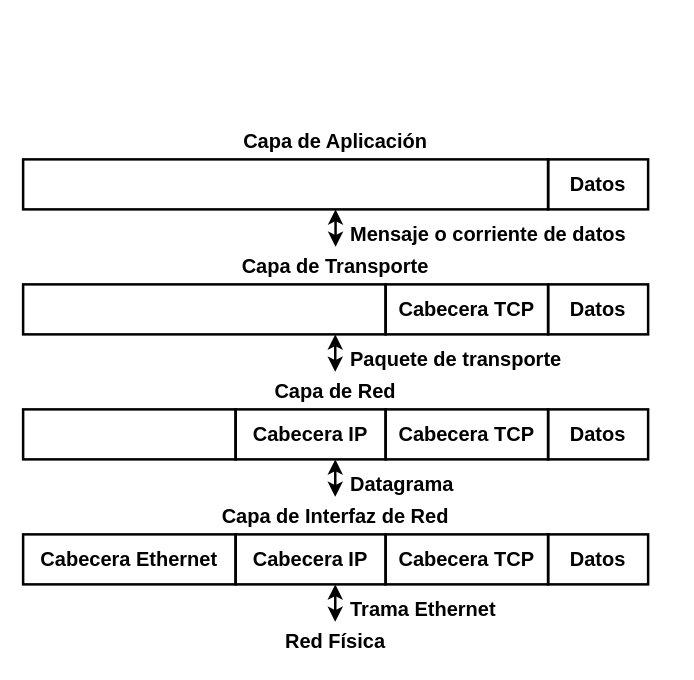
BrianAranda/wiki_redes2 keeps this draw.io diagram as content/_attachments/01 - Introduccion a Redes II/capas_recepcion.drawio. Above is the earlier version. Source tidied: cells renumbered, new cells numbered last; positions are measured from the earlier drawing's top-left corner, leaving out a move shared by most shapes. Both pictures are drawn from the tidied source at 125%, with x=0, y=0 at pixel (22, 121).
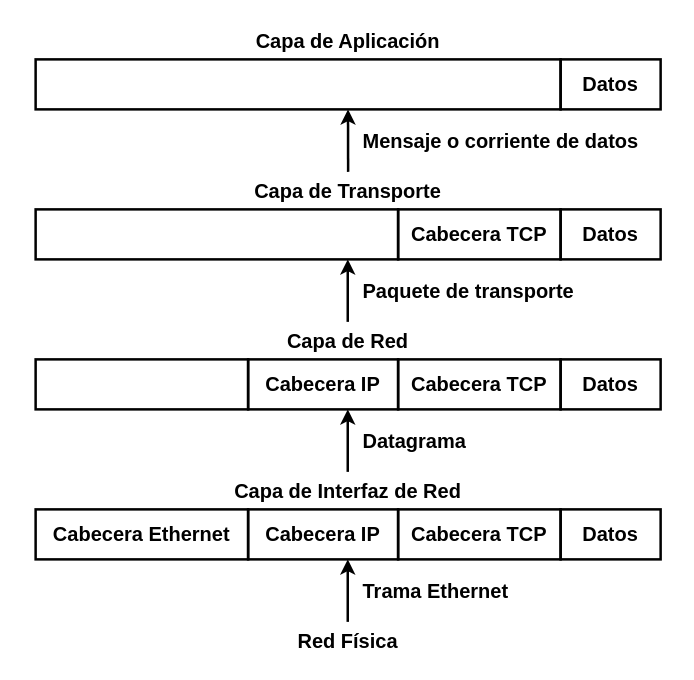
The same diagram, later.

Change to the diagram source:
```diff
@@
     <mxCell id="2" value="Cabecera Ethernet" style="rounded=0;whiteSpace=wrap;html=1;strokeWidth=2;fontSize=16;fontStyle=1;fillColor=none;" parent="1" vertex="1">
-      <mxGeometry y="330" width="170" height="40" as="geometry" />
+      <mxGeometry x="10" y="310" width="170" height="40" as="geometry" />
     </mxCell>
-    <mxCell id="3" value="Cabecera IP" style="rounded=0;whiteSpace=wrap;html=1;strokeWidth=2;fontSize=16;fontStyle=1;fillColor=none;" parent="1" vertex="1">
-      <mxGeometry x="170" y="330" width="120" height="40" as="geometry" />
-    </mxCell>
-    <mxCell id="4" value="Cabecera TCP" style="rounded=0;whiteSpace=wrap;html=1;strokeWidth=2;fontSize=16;fontStyle=1;fillColor=none;" parent="1" vertex="1">
-      <mxGeometry x="290" y="330" width="130" height="40" as="geometry" />
-    </mxCell>
-    <mxCell id="5" value="Datos" style="rounded=0;whiteSpace=wrap;html=1;strokeWidth=2;fontSize=16;fontStyle=1;fillColor=none;" parent="1" vertex="1">
-      <mxGeometry x="420" y="330" width="80" height="40" as="geometry" />
-    </mxCell>
-    <mxCell id="6" value="Cabecera IP" style="rounded=0;whiteSpace=wrap;html=1;strokeWidth=2;fontSize=16;fontStyle=1;fillColor=none;" parent="1" vertex="1">
-      <mxGeometry x="170" y="230" width="120" height="40" as="geometry" />
-    </mxCell>
-    <mxCell id="7" value="Cabecera TCP" style="rounded=0;whiteSpace=wrap;html=1;strokeWidth=2;fontSize=16;fontStyle=1;fillColor=none;" parent="1" vertex="1">
-      <mxGeometry x="290" y="230" width="130" height="40" as="geometry" />
-    </mxCell>
-    <mxCell id="8" value="Datos" style="rounded=0;whiteSpace=wrap;html=1;strokeWidth=2;fontSize=16;fontStyle=1;fillColor=none;" parent="1" vertex="1">
-      <mxGeometry x="420" y="230" width="80" height="40" as="geometry" />
-    </mxCell>
-    <mxCell id="9" value="Cabecera TCP" style="rounded=0;whiteSpace=wrap;html=1;strokeWidth=2;fontSize=16;fontStyle=1;fillColor=none;" parent="1" vertex="1">
-      <mxGeometry x="290" y="130" width="130" height="40" as="geometry" />
-    </mxCell>
-    <mxCell id="10" value="Datos" style="rounded=0;whiteSpace=wrap;html=1;strokeWidth=2;fontSize=16;fontStyle=1;fillColor=none;" parent="1" vertex="1">
-      <mxGeometry x="420" y="130" width="80" height="40" as="geometry" />
-    </mxCell>
+    <mxCell id="28" value="Cabecera IP" style="rounded=0;whiteSpace=wrap;html=1;strokeWidth=2;fontSize=16;fontStyle=1;fillColor=none;" parent="1" vertex="1">
+      <mxGeometry x="180" y="310" width="120" height="40" as="geometry" />
+    </mxCell>
+    <mxCell id="29" value="Cabecera TCP" style="rounded=0;whiteSpace=wrap;html=1;strokeWidth=2;fontSize=16;fontStyle=1;fillColor=none;" parent="1" vertex="1">
+      <mxGeometry x="300" y="310" width="130" height="40" as="geometry" />
+    </mxCell>
+    <mxCell id="30" value="Datos" style="rounded=0;whiteSpace=wrap;html=1;strokeWidth=2;fontSize=16;fontStyle=1;fillColor=none;" parent="1" vertex="1">
+      <mxGeometry x="430" y="310" width="80" height="40" as="geometry" />
+    </mxCell>
+    <mxCell id="31" value="Cabecera IP" style="rounded=0;whiteSpace=wrap;html=1;strokeWidth=2;fontSize=16;fontStyle=1;fillColor=none;" parent="1" vertex="1">
+      <mxGeometry x="180" y="190" width="120" height="40" as="geometry" />
+    </mxCell>
+    <mxCell id="32" value="Cabecera TCP" style="rounded=0;whiteSpace=wrap;html=1;strokeWidth=2;fontSize=16;fontStyle=1;fillColor=none;" parent="1" vertex="1">
+      <mxGeometry x="300" y="190" width="130" height="40" as="geometry" />
+    </mxCell>
+    <mxCell id="33" value="Datos" style="rounded=0;whiteSpace=wrap;html=1;strokeWidth=2;fontSize=16;fontStyle=1;fillColor=none;" parent="1" vertex="1">
+      <mxGeometry x="430" y="190" width="80" height="40" as="geometry" />
+    </mxCell>
+    <mxCell id="34" value="Cabecera TCP" style="rounded=0;whiteSpace=wrap;html=1;strokeWidth=2;fontSize=16;fontStyle=1;fillColor=none;" parent="1" vertex="1">
+      <mxGeometry x="300" y="70" width="130" height="40" as="geometry" />
+    </mxCell>
+    <mxCell id="35" value="Datos" style="rounded=0;whiteSpace=wrap;html=1;strokeWidth=2;fontSize=16;fontStyle=1;fillColor=none;" parent="1" vertex="1">
+      <mxGeometry x="430" y="70" width="80" height="40" as="geometry" />
+    </mxCell>
     <mxCell id="11" value="Datos" style="rounded=0;whiteSpace=wrap;html=1;strokeWidth=2;fontSize=16;fontStyle=1;fillColor=none;fontFamily=Helvetica;" parent="1" vertex="1">
-      <mxGeometry x="420" y="30" width="80" height="40" as="geometry" />
+      <mxGeometry x="430" y="-50" width="80" height="40" as="geometry" />
     </mxCell>
-    <mxCell id="12" style="rounded=0;whiteSpace=wrap;html=1;strokeWidth=2;fontSize=16;fontStyle=1;fillColor=none;" parent="1" vertex="1">
-      <mxGeometry y="30" width="420" height="40" as="geometry" />
-    </mxCell>
-    <mxCell id="13" style="rounded=0;whiteSpace=wrap;html=1;strokeWidth=2;fontSize=16;fontStyle=1;fillColor=none;" parent="1" vertex="1">
-      <mxGeometry y="130" width="290" height="40" as="geometry" />
-    </mxCell>
-    <mxCell id="14" style="rounded=0;whiteSpace=wrap;html=1;strokeWidth=2;fontSize=16;fontStyle=1;fillColor=none;" parent="1" vertex="1">
-      <mxGeometry y="230" width="170" height="40" as="geometry" />
-    </mxCell>
+    <mxCell id="36" style="rounded=0;whiteSpace=wrap;html=1;strokeWidth=2;fontSize=16;fontStyle=1;fillColor=none;" parent="1" vertex="1">
+      <mxGeometry x="10" y="-50" width="420" height="40" as="geometry" />
+    </mxCell>
+    <mxCell id="37" style="rounded=0;whiteSpace=wrap;html=1;strokeWidth=2;fontSize=16;fontStyle=1;fillColor=none;" parent="1" vertex="1">
+      <mxGeometry x="10" y="70" width="290" height="40" as="geometry" />
+    </mxCell>
+    <mxCell id="38" style="rounded=0;whiteSpace=wrap;html=1;strokeWidth=2;fontSize=16;fontStyle=1;fillColor=none;" parent="1" vertex="1">
+      <mxGeometry x="10" y="190" width="170" height="40" as="geometry" />
+    </mxCell>
     <mxCell id="15" value="Capa de Aplicación" style="text;html=1;align=center;verticalAlign=middle;whiteSpace=wrap;rounded=0;fontSize=16;fontStyle=1;" parent="1" vertex="1">
-      <mxGeometry x="160" width="180" height="30" as="geometry" />
+      <mxGeometry x="170" y="-80" width="180" height="30" as="geometry" />
     </mxCell>
     <mxCell id="16" value="Capa de Transporte" style="text;html=1;align=center;verticalAlign=middle;whiteSpace=wrap;rounded=0;fontSize=16;fontStyle=1;" parent="1" vertex="1">
-      <mxGeometry x="160" y="100" width="180" height="30" as="geometry" />
+      <mxGeometry x="170" y="40" width="180" height="30" as="geometry" />
     </mxCell>
     <mxCell id="17" value="Capa de Red" style="text;html=1;align=center;verticalAlign=middle;whiteSpace=wrap;rounded=0;fontSize=16;fontStyle=1;" parent="1" vertex="1">
-      <mxGeometry x="160" y="200" width="180" height="30" as="geometry" />
+      <mxGeometry x="170" y="160" width="180" height="30" as="geometry" />
     </mxCell>
     <mxCell id="18" value="Capa de Interfaz de Red" style="text;html=1;align=center;verticalAlign=middle;whiteSpace=wrap;rounded=0;fontSize=16;fontStyle=1;" parent="1" vertex="1">
-      <mxGeometry x="145" y="300" width="210" height="30" as="geometry" />
+      <mxGeometry x="155" y="280" width="210" height="30" as="geometry" />
     </mxCell>
     <mxCell id="19" value="Red Física" style="text;html=1;align=center;verticalAlign=middle;whiteSpace=wrap;rounded=0;fontSize=16;fontStyle=1;" parent="1" vertex="1">
-      <mxGeometry x="160" y="400" width="180" height="30" as="geometry" />
+      <mxGeometry x="170" y="400" width="180" height="30" as="geometry" />
     </mxCell>
-    <mxCell id="20" style="endArrow=classic;html=1;rounded=0;entryX=0.595;entryY=1;entryDx=0;entryDy=0;strokeWidth=2;exitX=0.5;exitY=0;exitDx=0;exitDy=0;entryPerimeter=0;startArrow=classic;startFill=1;" parent="1" edge="1" source="16" target="12">
-      <mxGeometry relative="1" as="geometry" />
-    </mxCell>
-    <mxCell id="21" style="endArrow=classic;html=1;rounded=0;entryX=0.5;entryY=0;entryDx=0;entryDy=0;strokeWidth=2;exitX=0.595;exitY=1;exitDx=0;exitDy=0;exitPerimeter=0;startArrow=classic;startFill=1;" parent="1" edge="1">
-      <mxGeometry relative="1" as="geometry">
-        <mxPoint x="249.7" y="200" as="sourcePoint" />
-        <mxPoint x="249.7" y="170" as="targetPoint" />
-      </mxGeometry>
-    </mxCell>
-    <mxCell id="22" style="endArrow=classic;html=1;rounded=0;entryX=0.5;entryY=0;entryDx=0;entryDy=0;strokeWidth=2;exitX=0.595;exitY=1;exitDx=0;exitDy=0;exitPerimeter=0;startArrow=classic;startFill=1;" parent="1" edge="1">
-      <mxGeometry relative="1" as="geometry">
-        <mxPoint x="249.7" y="300" as="sourcePoint" />
-        <mxPoint x="249.7" y="270" as="targetPoint" />
-      </mxGeometry>
-    </mxCell>
-    <mxCell id="23" style="endArrow=classic;html=1;rounded=0;entryX=0.5;entryY=0;entryDx=0;entryDy=0;strokeWidth=2;exitX=0.595;exitY=1;exitDx=0;exitDy=0;exitPerimeter=0;startArrow=classic;startFill=1;" parent="1" edge="1">
-      <mxGeometry relative="1" as="geometry">
-        <mxPoint x="249.7" y="400" as="sourcePoint" />
-        <mxPoint x="249.7" y="370" as="targetPoint" />
-      </mxGeometry>
-    </mxCell>
+    <mxCell id="39" style="endArrow=classic;html=1;rounded=0;entryX=0.595;entryY=1;entryDx=0;entryDy=0;strokeWidth=2;entryPerimeter=0;startArrow=none;startFill=0;" parent="1" edge="1" target="36">
+      <mxGeometry relative="1" as="geometry">
+        <mxPoint x="260" y="40" as="sourcePoint" />
+      </mxGeometry>
+    </mxCell>
     <mxCell id="24" value="Mensaje o corriente de datos" style="text;html=1;align=left;verticalAlign=middle;whiteSpace=wrap;rounded=0;fontSize=16;fontStyle=1;" parent="1" vertex="1">
-      <mxGeometry x="260" y="70" width="250" height="40" as="geometry" />
+      <mxGeometry x="270" y="-10" width="250" height="50" as="geometry" />
     </mxCell>
     <mxCell id="25" value="Paquete de transporte" style="text;html=1;align=left;verticalAlign=middle;whiteSpace=wrap;rounded=0;fontSize=16;fontStyle=1;" parent="1" vertex="1">
-      <mxGeometry x="260" y="170" width="250" height="40" as="geometry" />
+      <mxGeometry x="270" y="110" width="250" height="50" as="geometry" />
     </mxCell>
     <mxCell id="26" value="Datagrama" style="text;html=1;align=left;verticalAlign=middle;whiteSpace=wrap;rounded=0;fontSize=16;fontStyle=1;" parent="1" vertex="1">
-      <mxGeometry x="260" y="270" width="250" height="40" as="geometry" />
+      <mxGeometry x="270" y="230" width="250" height="50" as="geometry" />
     </mxCell>
     <mxCell id="27" value="Trama Ethernet" style="text;html=1;align=left;verticalAlign=middle;whiteSpace=wrap;rounded=0;fontSize=16;fontStyle=1;" parent="1" vertex="1">
-      <mxGeometry x="260" y="370" width="250" height="40" as="geometry" />
+      <mxGeometry x="270" y="350" width="250" height="50" as="geometry" />
     </mxCell>
+    <mxCell id="40" style="endArrow=classic;html=1;rounded=0;entryX=0.595;entryY=1;entryDx=0;entryDy=0;strokeWidth=2;entryPerimeter=0;startArrow=none;startFill=0;" parent="1" edge="1">
+      <mxGeometry relative="1" as="geometry">
+        <mxPoint x="259.7" y="160" as="sourcePoint" />
+        <mxPoint x="259.7" y="110" as="targetPoint" />
+      </mxGeometry>
+    </mxCell>
+    <mxCell id="41" style="endArrow=classic;html=1;rounded=0;entryX=0.595;entryY=1;entryDx=0;entryDy=0;strokeWidth=2;entryPerimeter=0;startArrow=none;startFill=0;" parent="1" edge="1">
+      <mxGeometry relative="1" as="geometry">
+        <mxPoint x="259.7" y="280" as="sourcePoint" />
+        <mxPoint x="259.7" y="230" as="targetPoint" />
+      </mxGeometry>
+    </mxCell>
+    <mxCell id="42" style="endArrow=classic;html=1;rounded=0;entryX=0.595;entryY=1;entryDx=0;entryDy=0;strokeWidth=2;entryPerimeter=0;startArrow=none;startFill=0;" parent="1" edge="1">
+      <mxGeometry relative="1" as="geometry">
+        <mxPoint x="259.7" y="400" as="sourcePoint" />
+        <mxPoint x="259.7" y="350" as="targetPoint" />
+      </mxGeometry>
+    </mxCell>
```
